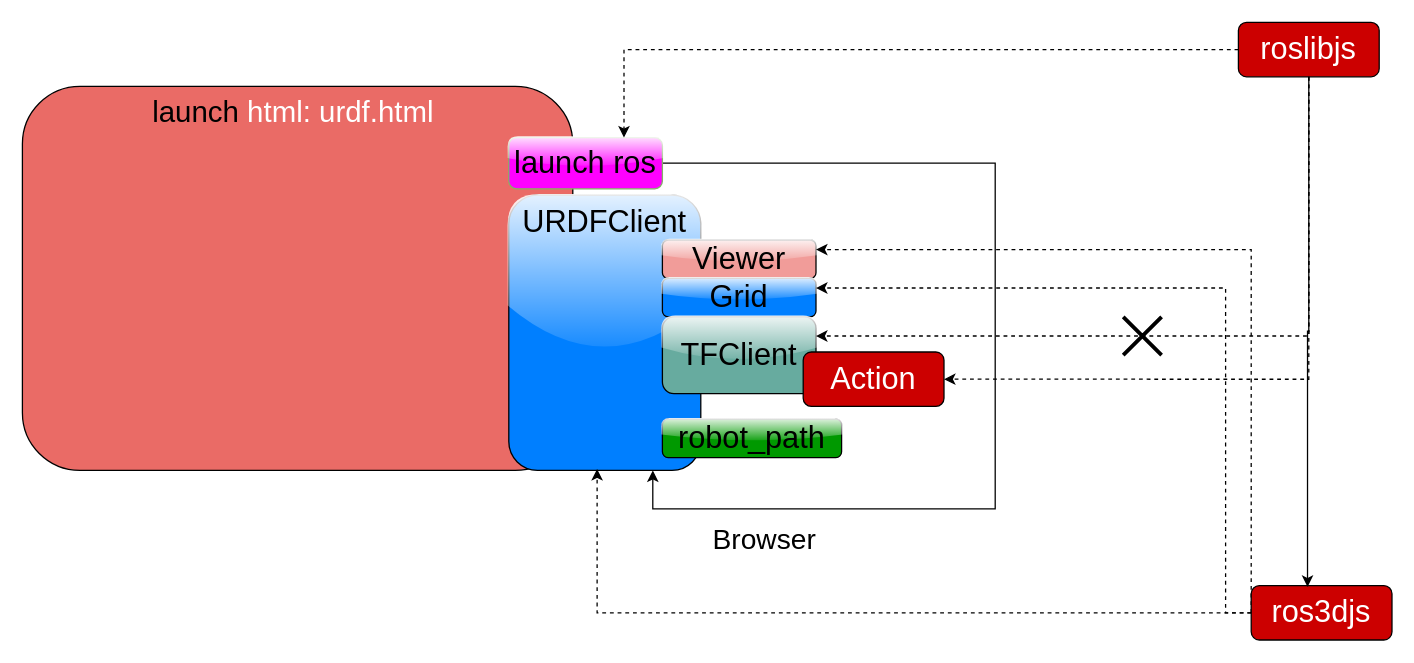
This is page "Page-4" (4 of 5) of IPA/ros_client.drawio from chuangyan132/MD_Note1, a draw.io file, before an edit. Source tidied: cells renumbered, new cells numbered last; positions are measured from the earlier drawing's top-left corner, leaving out a move shared by most shapes. Both pictures are drawn from the tidied source at 128%, with x=0, y=0 at pixel (22, 22). Pictures stored in the file or linked from it are replaced by grey dashed boxes.
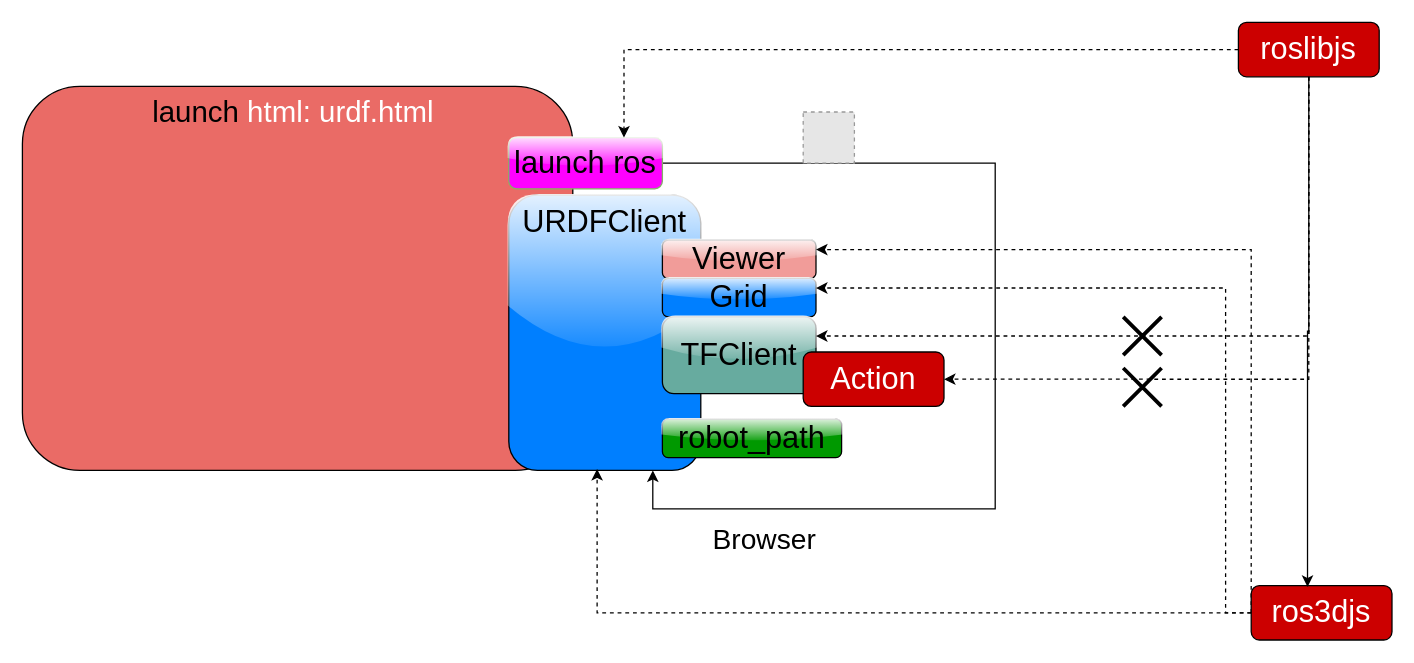
The same diagram, later.

Change to the diagram source:
```diff
@@
+    <mxCell id="22" style="shape=umlDestroy;whiteSpace=wrap;html=1;strokeWidth=3;targetShapes=umlLifeline;" parent="1" vertex="1">
+      <mxGeometry x="860" y="270" width="30" height="30" as="geometry" />
+    </mxCell>
+    <mxCell id="23" style="fillColor=#E6E6E6;strokeColor=#999999;dashed=1;html=1;verticalAlign=top;verticalLabelPosition=bottom;labelBackgroundColor=#ffffff;" parent="1" vertex="1">
+      <mxGeometry x="610" y="70" width="40" height="40" as="geometry" />
+    </mxCell>
```
